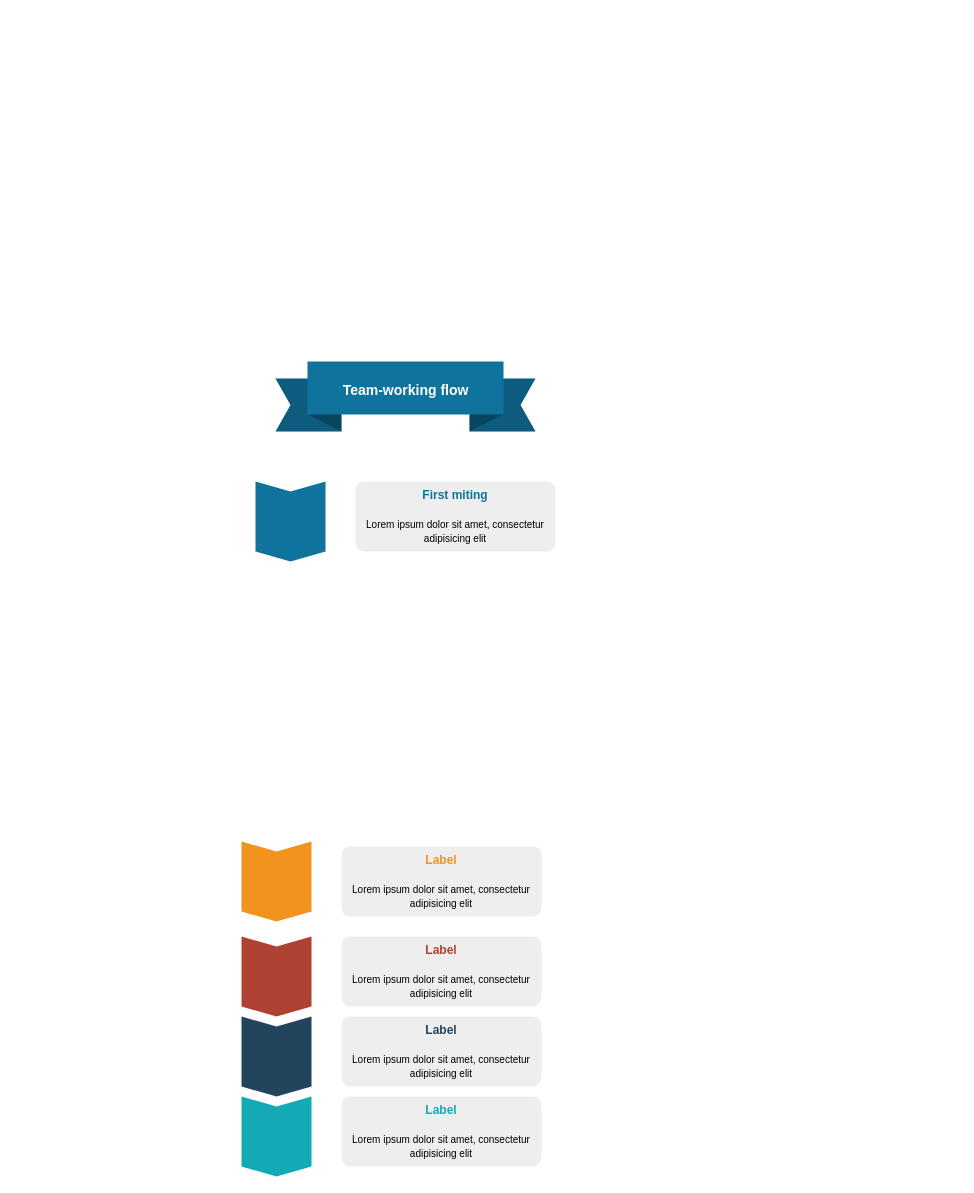
This is Untitled Diagram.drawio from Musmen/js-edu, a draw.io file, before an edit. Source tidied: cells renumbered, new cells numbered last; positions are measured from the earlier drawing's top-left corner, leaving out a move shared by most shapes. Both pictures are drawn from the tidied source at 100%, with x=0, y=0 at pixel (241, 361). Pictures stored in the file or linked from it are replaced by grey dashed boxes.
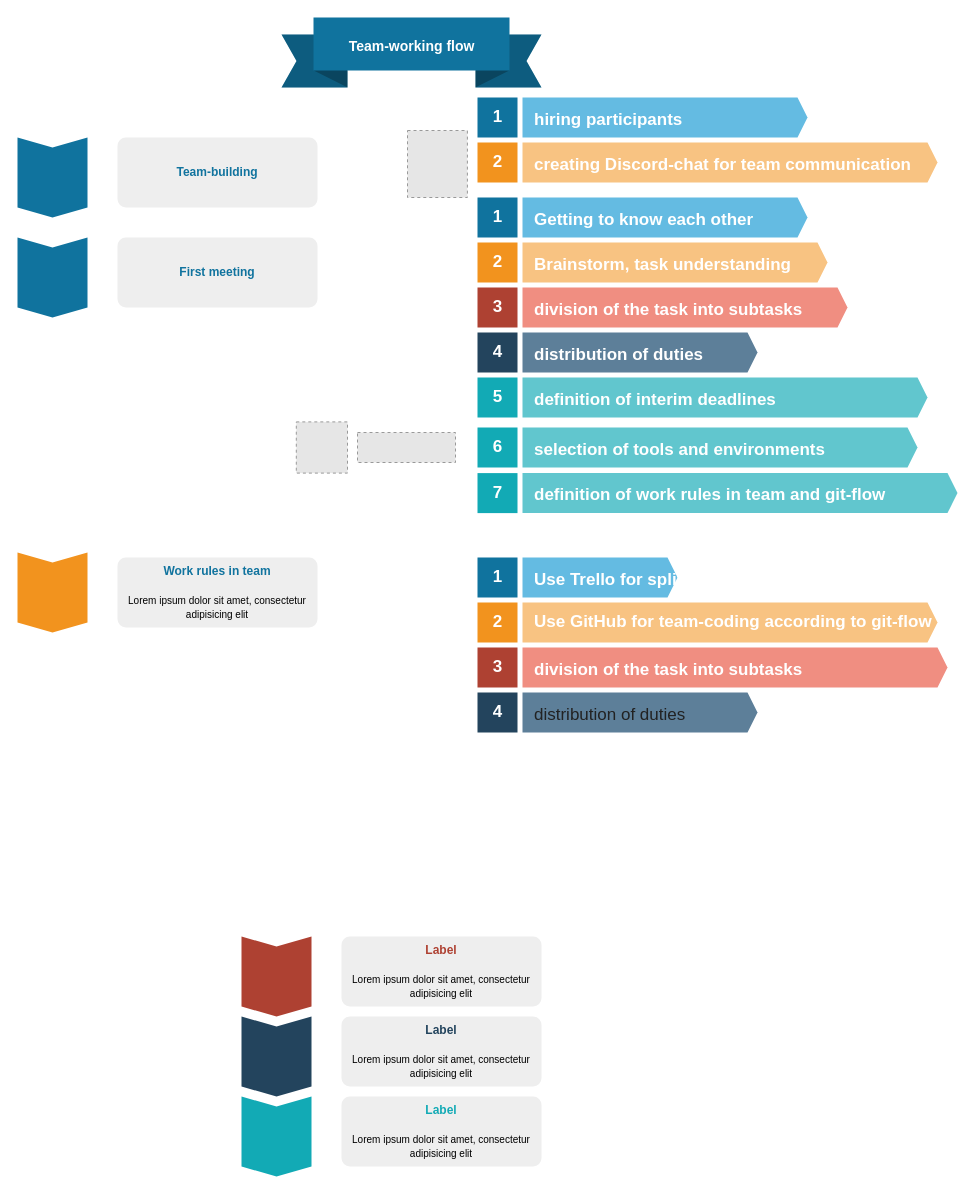
The same page after the edit.

What changed in the source:
```diff
@@
     <mxCell id="2" value="&lt;p style=&quot;line-height: 100%&quot;&gt;Team-working flow&lt;/p&gt;" style="html=1;shape=mxgraph.infographic.banner;dx=32;dy=17;notch=15;fillColor=#10739E;strokeColor=none;align=center;verticalAlign=middle;fontColor=#ffffff;fontSize=14;fontStyle=1;spacingBottom=15;labelPosition=center;verticalLabelPosition=middle;" parent="1" vertex="1">
-      <mxGeometry x="34" width="260" height="70" as="geometry" />
+      <mxGeometry x="40" y="-344" width="260" height="70" as="geometry" />
     </mxCell>
     <mxCell id="3" style="shape=step;perimeter=stepPerimeter;whiteSpace=wrap;html=1;fixedSize=1;size=10;direction=south;fillColor=#10739E;strokeColor=none;rounded=0;" parent="1" vertex="1">
-      <mxGeometry x="14" y="120" width="70" height="80" as="geometry" />
+      <mxGeometry x="-224" y="-124" width="70" height="80" as="geometry" />
     </mxCell>
     <mxCell id="4" style="shape=step;perimeter=stepPerimeter;whiteSpace=wrap;html=1;fixedSize=1;size=10;direction=south;fillColor=#F2931E;strokeColor=none;rounded=0;" parent="1" vertex="1">
-      <mxGeometry y="480" width="70" height="80" as="geometry" />
+      <mxGeometry x="-224" y="191" width="70" height="80" as="geometry" />
     </mxCell>
@@
-    <mxCell id="8" value="&lt;font style=&quot;font-size: 10px&quot;&gt;&lt;font style=&quot;font-size: 12px&quot; color=&quot;#10739E&quot;&gt;&lt;b&gt;First miting&lt;/b&gt;&lt;/font&gt;&lt;br&gt;&lt;br&gt;&lt;font size=&quot;1&quot;&gt;Lorem ipsum dolor sit amet, consectetur adipisicing elit&lt;/font&gt;&lt;/font&gt;" style="rounded=1;strokeColor=none;fillColor=#EEEEEE;align=center;arcSize=12;verticalAlign=top;whiteSpace=wrap;html=1;fontSize=12;" parent="1" vertex="1">
-      <mxGeometry x="114" y="120" width="200" height="70" as="geometry" />
+    <mxCell id="8" value="&lt;font style=&quot;font-size: 10px&quot;&gt;&lt;font style=&quot;font-size: 12px&quot; color=&quot;#10739E&quot;&gt;&lt;b&gt;First meeting&lt;/b&gt;&lt;/font&gt;&lt;/font&gt;" style="rounded=1;strokeColor=none;fillColor=#EEEEEE;align=center;arcSize=12;verticalAlign=middle;whiteSpace=wrap;html=1;fontSize=12;" parent="1" vertex="1">
+      <mxGeometry x="-124" y="-124" width="200" height="70" as="geometry" />
     </mxCell>
-    <mxCell id="9" value="&lt;font style=&quot;font-size: 10px&quot;&gt;&lt;font style=&quot;font-size: 12px&quot; color=&quot;#F2931E&quot;&gt;&lt;b&gt;Label&lt;/b&gt;&lt;/font&gt;&lt;br&gt;&lt;br&gt;&lt;font size=&quot;1&quot;&gt;Lorem ipsum dolor sit amet, consectetur adipisicing elit&lt;/font&gt;&lt;/font&gt;" style="rounded=1;strokeColor=none;fillColor=#EEEEEE;align=center;arcSize=12;verticalAlign=top;whiteSpace=wrap;html=1;fontSize=12;" parent="1" vertex="1">
-      <mxGeometry x="100" y="485" width="200" height="70" as="geometry" />
+    <mxCell id="9" value="&lt;font&gt;&lt;font color=&quot;#10739e&quot;&gt;&lt;b&gt;Work rules in team&lt;/b&gt;&lt;/font&gt;&lt;br&gt;&lt;br&gt;&lt;font size=&quot;1&quot; style=&quot;font-size: 10px&quot;&gt;Lorem ipsum dolor sit amet, consectetur adipisicing elit&lt;/font&gt;&lt;/font&gt;" style="rounded=1;strokeColor=none;fillColor=#EEEEEE;align=center;arcSize=12;verticalAlign=top;whiteSpace=wrap;html=1;fontSize=12;" parent="1" vertex="1">
+      <mxGeometry x="-124" y="196" width="200" height="70" as="geometry" />
     </mxCell>
@@
+    <mxCell id="13" value="1" style="html=1;fillColor=#10739E;strokeColor=none;shadow=0;fontSize=17;fontColor=#FFFFFF;align=center;fontStyle=1;rounded=0;" parent="1" vertex="1">
+      <mxGeometry x="236" y="-164" width="40" height="40" as="geometry" />
+    </mxCell>
+    <mxCell id="14" value="Getting to know each other" style="shape=mxgraph.infographic.ribbonSimple;notch1=0;notch2=10;notch=0;fillColor=#64BBE2;strokeColor=none;shadow=0;fontSize=17;fontColor=#FFFFFF;align=left;spacingLeft=10;fontStyle=1;" parent="1" vertex="1">
+      <mxGeometry x="281" y="-164" width="285" height="40" as="geometry" />
+    </mxCell>
+    <mxCell id="15" value="2" style="html=1;fillColor=#F2931E;strokeColor=none;shadow=0;fontSize=17;fontColor=#FFFFFF;align=center;fontStyle=1;rounded=0;" parent="1" vertex="1">
+      <mxGeometry x="236" y="-119" width="40" height="40" as="geometry" />
+    </mxCell>
+    <mxCell id="16" value="Brainstorm, task understanding" style="shape=mxgraph.infographic.ribbonSimple;notch1=0;notch2=10;notch=0;fillColor=#F8C382;strokeColor=none;shadow=0;fontSize=17;fontColor=#FFFFFF;align=left;spacingLeft=10;fontStyle=1;verticalAlign=middle;" parent="1" vertex="1">
+      <mxGeometry x="281" y="-119" width="305" height="40" as="geometry" />
+    </mxCell>
+    <mxCell id="17" value="3" style="html=1;fillColor=#AE4132;strokeColor=none;shadow=0;fontSize=17;fontColor=#FFFFFF;align=center;fontStyle=1;rounded=0;" parent="1" vertex="1">
+      <mxGeometry x="236" y="-74" width="40" height="40" as="geometry" />
+    </mxCell>
+    <mxCell id="18" value="division of the task into subtasks" style="shape=mxgraph.infographic.ribbonSimple;notch1=0;notch2=10;notch=0;fillColor=#F08E81;strokeColor=none;shadow=0;fontSize=17;fontColor=#FFFFFF;align=left;spacingLeft=10;fontStyle=1;" parent="1" vertex="1">
+      <mxGeometry x="281" y="-74" width="325" height="40" as="geometry" />
+    </mxCell>
+    <mxCell id="19" value="4" style="html=1;fillColor=#23445D;strokeColor=none;shadow=0;fontSize=17;fontColor=#FFFFFF;align=center;fontStyle=1;rounded=0;" parent="1" vertex="1">
+      <mxGeometry x="236" y="-29" width="40" height="40" as="geometry" />
+    </mxCell>
+    <mxCell id="20" value="distribution of duties" style="shape=mxgraph.infographic.ribbonSimple;notch1=0;notch2=10;notch=0;fillColor=#5D7F99;strokeColor=none;shadow=0;fontSize=17;fontColor=#FFFFFF;align=left;spacingLeft=10;fontStyle=1;" parent="1" vertex="1">
+      <mxGeometry x="281" y="-29" width="235" height="40" as="geometry" />
+    </mxCell>
+    <mxCell id="21" value="5" style="html=1;fillColor=#12AAB5;strokeColor=none;shadow=0;fontSize=17;fontColor=#FFFFFF;align=center;fontStyle=1;rounded=0;" parent="1" vertex="1">
+      <mxGeometry x="236" y="16" width="40" height="40" as="geometry" />
+    </mxCell>
+    <mxCell id="22" value="definition of interim deadlines" style="shape=mxgraph.infographic.ribbonSimple;notch1=0;notch2=10;notch=0;fillColor=#61C6CE;strokeColor=none;shadow=0;fontSize=17;fontColor=#FFFFFF;align=left;spacingLeft=10;fontStyle=1;" parent="1" vertex="1">
+      <mxGeometry x="281" y="16" width="405" height="40" as="geometry" />
+    </mxCell>
+    <mxCell id="23" value="6" style="html=1;fillColor=#12AAB5;strokeColor=none;shadow=0;fontSize=17;fontColor=#FFFFFF;align=center;fontStyle=1;rounded=0;" parent="1" vertex="1">
+      <mxGeometry x="236" y="66" width="40" height="40" as="geometry" />
+    </mxCell>
+    <mxCell id="24" value="selection of tools and environments" style="shape=mxgraph.infographic.ribbonSimple;notch1=0;notch2=10;notch=0;fillColor=#61C6CE;strokeColor=none;shadow=0;fontSize=17;fontColor=#FFFFFF;align=left;spacingLeft=10;fontStyle=1;" parent="1" vertex="1">
+      <mxGeometry x="281" y="66" width="395" height="40" as="geometry" />
+    </mxCell>
+    <mxCell id="25" style="shape=step;perimeter=stepPerimeter;whiteSpace=wrap;html=1;fixedSize=1;size=10;direction=south;fillColor=#10739E;strokeColor=none;rounded=0;" parent="1" vertex="1">
+      <mxGeometry x="-224" y="-224" width="70" height="80" as="geometry" />
+    </mxCell>
+    <mxCell id="26" value="&lt;font style=&quot;font-size: 10px&quot;&gt;&lt;font style=&quot;font-size: 12px&quot; color=&quot;#10739E&quot;&gt;&lt;b&gt;Team-building&lt;/b&gt;&lt;/font&gt;&lt;/font&gt;" style="rounded=1;strokeColor=none;fillColor=#EEEEEE;align=center;arcSize=12;verticalAlign=middle;whiteSpace=wrap;html=1;fontSize=12;" parent="1" vertex="1">
+      <mxGeometry x="-124" y="-224" width="200" height="70" as="geometry" />
+    </mxCell>
+    <mxCell id="27" value="1" style="html=1;fillColor=#10739E;strokeColor=none;shadow=0;fontSize=17;fontColor=#FFFFFF;align=center;fontStyle=1;rounded=0;" parent="1" vertex="1">
+      <mxGeometry x="236" y="-264" width="40" height="40" as="geometry" />
+    </mxCell>
+    <mxCell id="28" value="hiring participants" style="shape=mxgraph.infographic.ribbonSimple;notch1=0;notch2=10;notch=0;fillColor=#64BBE2;strokeColor=none;shadow=0;fontSize=17;fontColor=#FFFFFF;align=left;spacingLeft=10;fontStyle=1;" parent="1" vertex="1">
+      <mxGeometry x="281" y="-264" width="285" height="40" as="geometry" />
+    </mxCell>
+    <mxCell id="29" value="creating Discord-chat for team communication" style="shape=mxgraph.infographic.ribbonSimple;notch1=0;notch2=10;notch=0;fillColor=#F8C382;strokeColor=none;shadow=0;fontSize=17;fontColor=#FFFFFF;align=left;spacingLeft=10;fontStyle=1;verticalAlign=middle;spacing=2;" parent="1" vertex="1">
+      <mxGeometry x="281" y="-219" width="415" height="40" as="geometry" />
+    </mxCell>
+    <mxCell id="30" value="2" style="html=1;fillColor=#F2931E;strokeColor=none;shadow=0;fontSize=17;fontColor=#FFFFFF;align=center;fontStyle=1;rounded=0;" parent="1" vertex="1">
+      <mxGeometry x="236" y="-219" width="40" height="40" as="geometry" />
+    </mxCell>
+    <mxCell id="31" style="fillColor=#E6E6E6;strokeColor=#999999;dashed=1;verticalLabelPosition=bottom;verticalAlign=top;fontColor=#FFFFFF;align=left;" parent="1" vertex="1">
+      <mxGeometry x="166" y="-231" width="59.9" height="67" as="geometry" />
+    </mxCell>
+    <mxCell id="32" style="fillColor=#E6E6E6;strokeColor=#999999;dashed=1;verticalLabelPosition=bottom;verticalAlign=top;fontColor=#FFFFFF;align=left;" parent="1" vertex="1">
+      <mxGeometry x="116" y="71" width="98" height="30" as="geometry" />
+    </mxCell>
+    <mxCell id="33" style="fillColor=#E6E6E6;strokeColor=#999999;dashed=1;verticalLabelPosition=bottom;verticalAlign=top;fontColor=#FFFFFF;align=left;" parent="1" vertex="1">
+      <mxGeometry x="54.8" y="60.4" width="51.2" height="51.2" as="geometry" />
+    </mxCell>
+    <mxCell id="34" value="definition of work rules in team and git-flow" style="shape=mxgraph.infographic.ribbonSimple;notch1=0;notch2=10;notch=0;fillColor=#61C6CE;strokeColor=none;shadow=0;fontSize=17;fontColor=#FFFFFF;align=left;spacingLeft=10;fontStyle=1;verticalAlign=middle;" parent="1" vertex="1">
+      <mxGeometry x="281" y="111.6" width="435" height="40" as="geometry" />
+    </mxCell>
+    <mxCell id="35" value="7" style="html=1;fillColor=#12AAB5;strokeColor=none;shadow=0;fontSize=17;fontColor=#FFFFFF;align=center;fontStyle=1;rounded=0;" parent="1" vertex="1">
+      <mxGeometry x="236" y="111.6" width="40" height="40" as="geometry" />
+    </mxCell>
+    <mxCell id="36" value="1" style="html=1;fillColor=#10739E;strokeColor=none;shadow=0;fontSize=17;fontColor=#FFFFFF;align=center;fontStyle=1;rounded=0;" parent="1" vertex="1">
+      <mxGeometry x="236" y="196" width="40" height="40" as="geometry" />
+    </mxCell>
+    <mxCell id="37" value="Use Trello for split task inti subtasks" style="shape=mxgraph.infographic.ribbonSimple;notch1=0;notch2=10;notch=0;fillColor=#64BBE2;strokeColor=none;shadow=0;fontSize=17;fontColor=#FFFFFF;align=left;spacingLeft=10;fontStyle=1;" parent="1" vertex="1">
+      <mxGeometry x="281" y="196" width="155" height="40" as="geometry" />
+    </mxCell>
+    <mxCell id="38" value="2" style="html=1;fillColor=#F2931E;strokeColor=none;shadow=0;fontSize=17;fontColor=#FFFFFF;align=center;fontStyle=1;rounded=0;" parent="1" vertex="1">
+      <mxGeometry x="236" y="241" width="40" height="40" as="geometry" />
+    </mxCell>
+    <mxCell id="39" value="Use GitHub for team-coding according to git-flow" style="shape=mxgraph.infographic.ribbonSimple;notch1=0;notch2=10;notch=0;fillColor=#F8C382;strokeColor=none;shadow=0;fontSize=17;fontColor=#FFFFFF;align=left;spacingLeft=10;fontStyle=1;verticalAlign=middle;whiteSpace=wrap;" parent="1" vertex="1">
+      <mxGeometry x="281" y="241" width="415" height="40" as="geometry" />
+    </mxCell>
+    <mxCell id="40" value="3" style="html=1;fillColor=#AE4132;strokeColor=none;shadow=0;fontSize=17;fontColor=#FFFFFF;align=center;fontStyle=1;rounded=0;" parent="1" vertex="1">
+      <mxGeometry x="236" y="286" width="40" height="40" as="geometry" />
+    </mxCell>
+    <mxCell id="41" value="division of the task into subtasks" style="shape=mxgraph.infographic.ribbonSimple;notch1=0;notch2=10;notch=0;fillColor=#F08E81;strokeColor=none;shadow=0;fontSize=17;fontColor=#FFFFFF;align=left;spacingLeft=10;fontStyle=1;" parent="1" vertex="1">
+      <mxGeometry x="281" y="286" width="425" height="40" as="geometry" />
+    </mxCell>
+    <mxCell id="42" value="4" style="html=1;fillColor=#23445D;strokeColor=none;shadow=0;fontSize=17;fontColor=#FFFFFF;align=center;fontStyle=1;rounded=0;" parent="1" vertex="1">
+      <mxGeometry x="236" y="331" width="40" height="40" as="geometry" />
+    </mxCell>
+    <mxCell id="43" value="&lt;pre class=&quot;tw-data-text tw-text-large tw-ta&quot; id=&quot;tw-target-text&quot; dir=&quot;ltr&quot; style=&quot;font-size: 28px ; line-height: 36px ; border: none ; padding: 2px 0.14em 2px 0px ; position: relative ; margin-top: -2px ; margin-bottom: -2px ; resize: none ; font-family: inherit ; overflow: hidden ; width: 283px ; white-space: pre-wrap ; word-wrap: break-word ; color: rgb(34 , 34 , 34) ; font-weight: normal&quot;&gt;&lt;span lang=&quot;en&quot; style=&quot;font-size: 17px&quot;&gt;distribution of duties&lt;/span&gt;&lt;/pre&gt;" style="shape=mxgraph.infographic.ribbonSimple;notch1=0;notch2=10;notch=0;html=1;fillColor=#5D7F99;strokeColor=none;shadow=0;fontSize=17;fontColor=#FFFFFF;align=left;spacingLeft=10;fontStyle=1;" parent="1" vertex="1">
+      <mxGeometry x="281" y="331" width="235" height="40" as="geometry" />
+    </mxCell>
```
